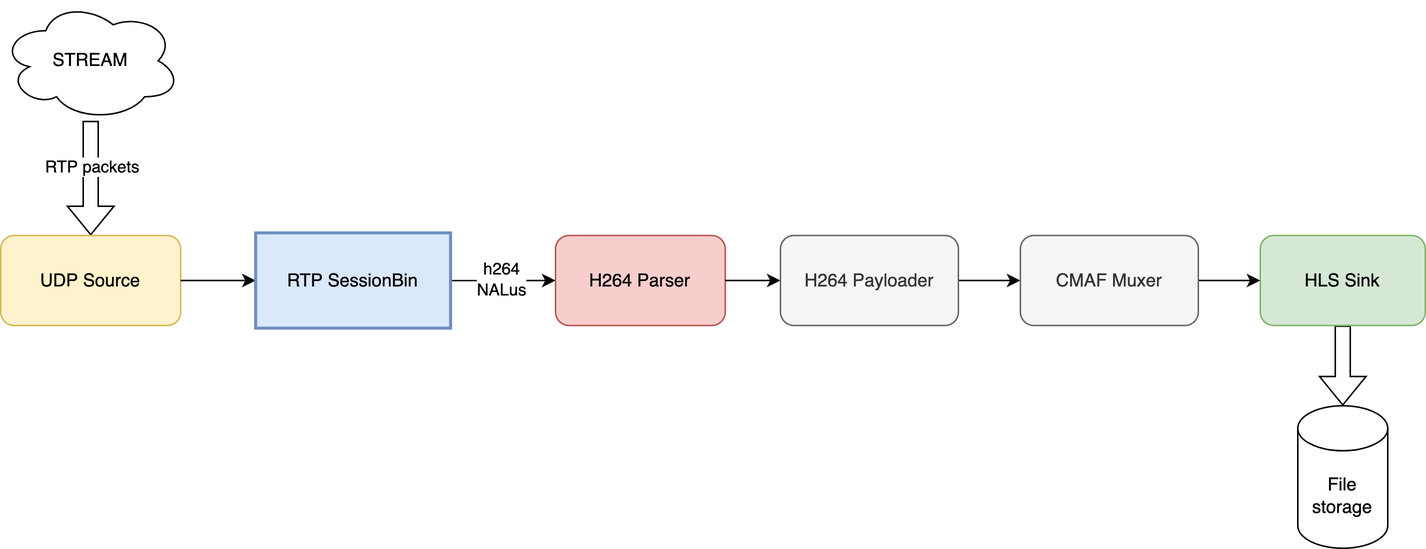
The draw.io diagram rtsp_to_hls/assets/pipeline.drawio.png in membraneframework/membrane_tutorials, before a commit. Source tidied: cells renumbered, new cells last; positions are measured from the earlier drawing's top-left corner, leaving out a move shared by most shapes. The source it was exported from:
```xml
<mxGraphModel>
  <root>
    <mxCell id="0" />
    <mxCell id="1" parent="0" />
    <mxCell id="2" value="File storage" style="shape=cylinder3;whiteSpace=wrap;html=1;boundedLbl=1;backgroundOutline=1;size=15;" parent="1" vertex="1">
      <mxGeometry x="865" y="270" width="60" height="95" as="geometry" />
    </mxCell>
    <mxCell id="3" style="shape=flexArrow;endArrow=classic;html=1;rounded=0;entryX=0.5;entryY=0;entryDx=0;entryDy=0;entryPerimeter=0;exitX=0.5;exitY=1;exitDx=0;exitDy=0;" parent="1" edge="1" source="16" target="2">
      <mxGeometry relative="1" as="geometry" />
    </mxCell>
    <mxCell id="4" style="edgeStyle=orthogonalEdgeStyle;rounded=0;jettySize=auto;html=1;entryX=0.5;entryY=0;entryDx=0;entryDy=0;fontSize=11;shape=flexArrow;" parent="1" edge="1" source="6" target="7">
      <mxGeometry relative="1" as="geometry" />
    </mxCell>
    <mxCell id="5" value="RTP packets" style="edgeLabel;html=1;align=center;verticalAlign=middle;fontSize=11;" parent="4" vertex="1">
      <mxGeometry x="0.21" y="-6" relative="1" as="geometry">
        <mxPoint x="6" y="-16" as="offset" />
      </mxGeometry>
    </mxCell>
    <mxCell id="6" value="STREAM" style="ellipse;shape=cloud;whiteSpace=wrap;html=1;" parent="1" vertex="1">
      <mxGeometry width="120" height="80" as="geometry" />
    </mxCell>
    <mxCell id="7" value="UDP Source" style="rounded=1;whiteSpace=wrap;html=1;fillColor=#fff2cc;strokeColor=#d6b656;" parent="1" vertex="1">
      <mxGeometry y="156.5" width="120" height="60" as="geometry" />
    </mxCell>
    <mxCell id="8" style="edgeStyle=orthogonalEdgeStyle;rounded=0;jettySize=auto;html=1;entryX=0;entryY=0.5;entryDx=0;entryDy=0;" parent="1" edge="1" source="7" target="11">
      <mxGeometry relative="1" as="geometry" />
    </mxCell>
    <mxCell id="9" style="edgeStyle=orthogonalEdgeStyle;rounded=0;jettySize=auto;html=1;entryX=0;entryY=0.5;entryDx=0;entryDy=0;fontSize=11;" parent="1" edge="1" source="11" target="12">
      <mxGeometry relative="1" as="geometry" />
    </mxCell>
    <mxCell id="10" value="h264&lt;br&gt;NALus" style="edgeLabel;html=1;align=center;verticalAlign=middle;fontSize=11;" parent="9" vertex="1">
      <mxGeometry x="-0.05" y="1" relative="1" as="geometry" />
    </mxCell>
    <mxCell id="11" value="RTP SessionBin" style="rounded=0;whiteSpace=wrap;html=1;fillColor=#dae8fc;strokeColor=#6c8ebf;strokeWidth=2;" parent="1" vertex="1">
      <mxGeometry x="170" y="154.8" width="130" height="63.5" as="geometry" />
    </mxCell>
    <mxCell id="12" value="H264 Parser" style="rounded=1;whiteSpace=wrap;html=1;fillColor=#f8cecc;strokeColor=#b85450;" parent="1" vertex="1">
      <mxGeometry x="370" y="156.5" width="113.2" height="60" as="geometry" />
    </mxCell>
    <mxCell id="13" style="edgeStyle=orthogonalEdgeStyle;rounded=0;jettySize=auto;html=1;exitX=1;exitY=0.5;exitDx=0;exitDy=0;entryX=0;entryY=0.5;entryDx=0;entryDy=0;" parent="1" edge="1" source="12" target="15">
      <mxGeometry relative="1" as="geometry" />
    </mxCell>
    <mxCell id="14" style="edgeStyle=orthogonalEdgeStyle;rounded=0;jettySize=auto;html=1;fontSize=11;" parent="1" edge="1" source="15" target="18">
      <mxGeometry relative="1" as="geometry" />
    </mxCell>
    <mxCell id="15" value="H264 Payloader" style="rounded=1;whiteSpace=wrap;html=1;fillColor=#f5f5f5;fontColor=#333333;strokeColor=#666666;" parent="1" vertex="1">
      <mxGeometry x="520" y="156.5" width="118.7" height="60" as="geometry" />
    </mxCell>
    <mxCell id="16" value="HLS Sink" style="rounded=1;whiteSpace=wrap;html=1;fillColor=#d5e8d4;strokeColor=#82b366;" parent="1" vertex="1">
      <mxGeometry x="840" y="156.5" width="110" height="60" as="geometry" />
    </mxCell>
    <mxCell id="17" style="edgeStyle=orthogonalEdgeStyle;rounded=0;jettySize=auto;html=1;entryX=0;entryY=0.5;entryDx=0;entryDy=0;fontSize=11;" parent="1" edge="1" source="18" target="16">
      <mxGeometry relative="1" as="geometry" />
    </mxCell>
    <mxCell id="18" value="CMAF Muxer" style="rounded=1;whiteSpace=wrap;html=1;fillColor=#f5f5f5;fontColor=#333333;strokeColor=#666666;" parent="1" vertex="1">
      <mxGeometry x="680" y="156.5" width="118.7" height="60" as="geometry" />
    </mxCell>
  </root>
</mxGraphModel>
```
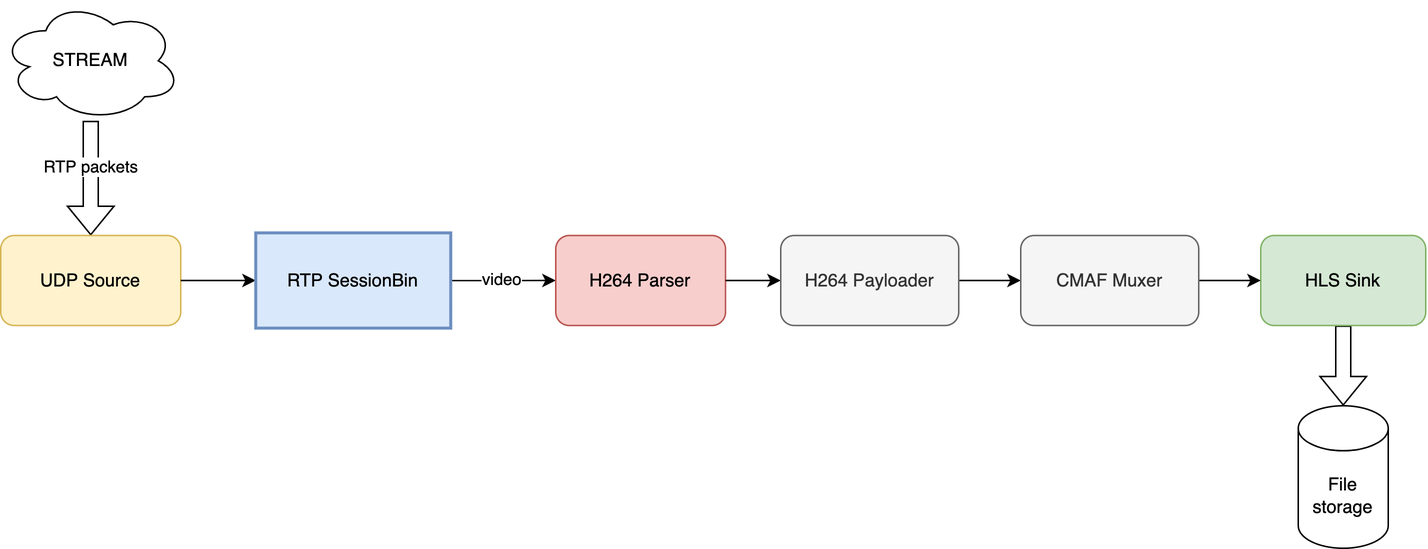
After the commit.

Commit message:
Updated Introduction and Architecture chapters.

Diff of the diagram source:
```diff
@@ -28,7 +28,7 @@
     <mxCell id="9" style="edgeStyle=orthogonalEdgeStyle;rounded=0;jettySize=auto;html=1;entryX=0;entryY=0.5;entryDx=0;entryDy=0;fontSize=11;" parent="1" edge="1" source="11" target="12">
       <mxGeometry relative="1" as="geometry" />
     </mxCell>
-    <mxCell id="10" value="h264&lt;br&gt;NALus" style="edgeLabel;html=1;align=center;verticalAlign=middle;fontSize=11;" parent="9" vertex="1">
+    <mxCell id="10" value="video" style="edgeLabel;html=1;align=center;verticalAlign=middle;fontSize=11;" parent="9" vertex="1">
       <mxGeometry x="-0.05" y="1" relative="1" as="geometry" />
     </mxCell>
     <mxCell id="11" value="RTP SessionBin" style="rounded=0;whiteSpace=wrap;html=1;fillColor=#dae8fc;strokeColor=#6c8ebf;strokeWidth=2;" parent="1" vertex="1">
```
